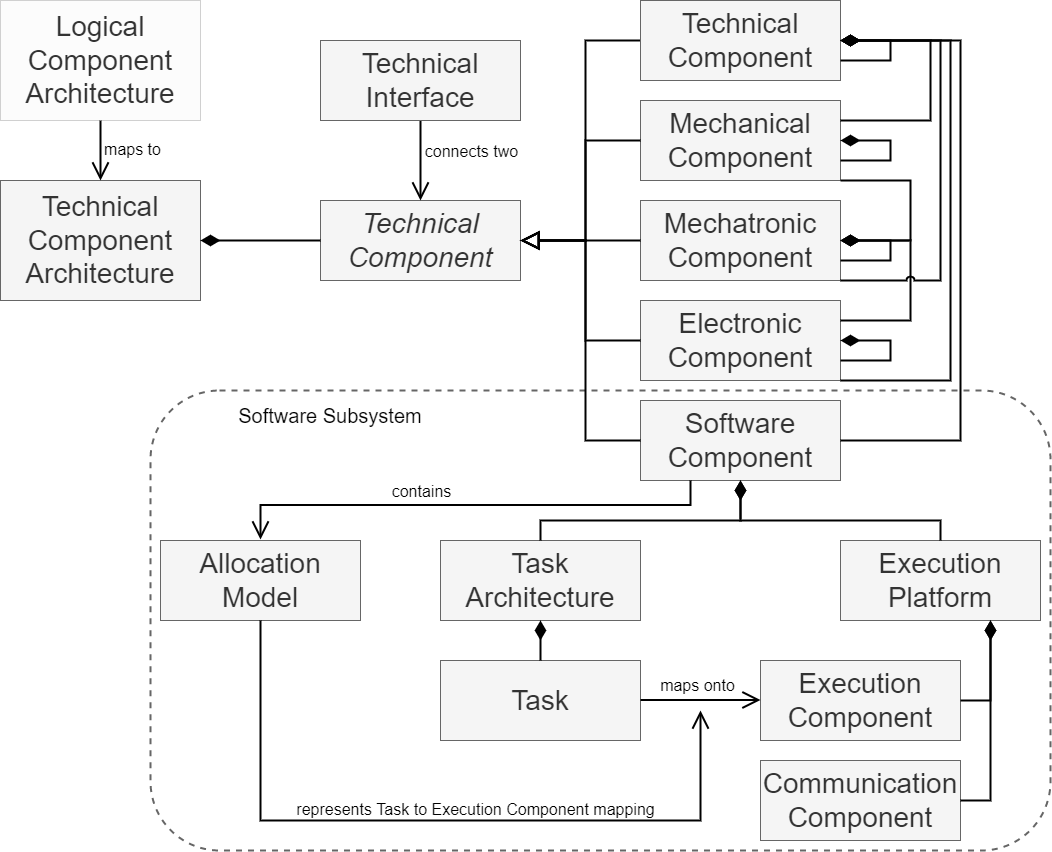
The draw.io diagram 2_Concepts/3_ModelingFramework/images/technical_viewpoint/TVP_Element_Overview.png in spesml/spesml.github.io, before a commit. Source tidied: cells renumbered, new cells last; positions are measured from the earlier drawing's top-left corner, leaving out a move shared by most shapes.
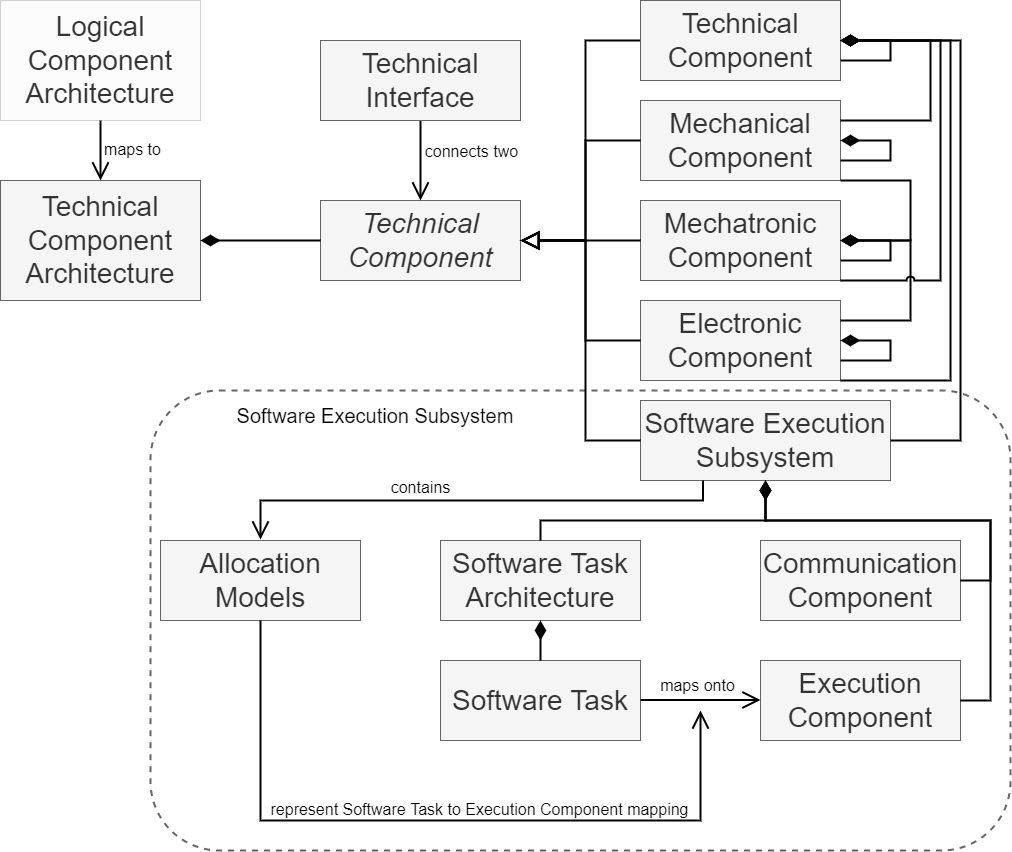
Above is the later version.

Commit message:
Integrated new naming and OS theory in TVP concept

Change to the diagram source:
```diff
@@ -3,7 +3,7 @@
     <mxCell id="0" />
     <mxCell id="1" parent="0" />
     <mxCell id="2" style="rounded=1;whiteSpace=wrap;html=1;fontSize=16;dashed=1;fillColor=none;fontColor=#333333;strokeColor=#666666;strokeWidth=2;" parent="1" vertex="1">
-      <mxGeometry x="150" y="390" width="900" height="460" as="geometry" />
+      <mxGeometry x="150" y="390" width="860" height="460" as="geometry" />
     </mxCell>
     <mxCell id="3" value="Technical Component Architecture" style="rounded=0;whiteSpace=wrap;html=1;fontSize=28;fillColor=#f5f5f5;fontColor=#333333;strokeColor=#666666;" parent="1" vertex="1">
       <mxGeometry y="180" width="200" height="120" as="geometry" />
@@ -34,8 +34,8 @@
     <mxCell id="10" value="Electronic Component" style="rounded=0;whiteSpace=wrap;html=1;fontSize=28;fillColor=#f5f5f5;fontColor=#333333;strokeColor=#666666;" parent="1" vertex="1">
       <mxGeometry x="640" y="300" width="200" height="80" as="geometry" />
     </mxCell>
-    <mxCell id="11" value="Software Component" style="rounded=0;whiteSpace=wrap;html=1;fontSize=28;fillColor=#f5f5f5;fontColor=#333333;strokeColor=#666666;" parent="1" vertex="1">
-      <mxGeometry x="640" y="400" width="200" height="80" as="geometry" />
+    <mxCell id="11" value="Software Execution Subsystem" style="rounded=0;whiteSpace=wrap;html=1;fontSize=28;fillColor=#f5f5f5;fontColor=#333333;strokeColor=#666666;" parent="1" vertex="1">
+      <mxGeometry x="640" y="400" width="250" height="80" as="geometry" />
     </mxCell>
     <mxCell id="12" style="edgeStyle=orthogonalEdgeStyle;rounded=0;jettySize=auto;html=1;entryX=0.5;entryY=0;entryDx=0;entryDy=0;fontSize=28;endArrow=open;endFill=0;startSize=6;endSize=14;sourcePerimeterSpacing=0;targetPerimeterSpacing=0;strokeWidth=2;" parent="1" edge="1" source="13" target="3">
       <mxGeometry relative="1" as="geometry" />
@@ -135,49 +135,41 @@
         </Array>
       </mxGeometry>
     </mxCell>
-    <mxCell id="29" value="Task Architecture" style="rounded=0;whiteSpace=wrap;html=1;fontSize=28;fillColor=#f5f5f5;fontColor=#333333;strokeColor=#666666;" parent="1" vertex="1">
+    <mxCell id="29" value="Software Task Architecture" style="rounded=0;whiteSpace=wrap;html=1;fontSize=28;fillColor=#f5f5f5;fontColor=#333333;strokeColor=#666666;" parent="1" vertex="1">
       <mxGeometry x="440" y="540" width="200" height="80" as="geometry" />
     </mxCell>
-    <mxCell id="30" value="Execution Platform" style="rounded=0;whiteSpace=wrap;html=1;fontSize=28;fillColor=#f5f5f5;fontColor=#333333;strokeColor=#666666;" parent="1" vertex="1">
-      <mxGeometry x="840" y="540" width="200" height="80" as="geometry" />
-    </mxCell>
-    <mxCell id="31" style="edgeStyle=orthogonalEdgeStyle;rounded=0;jettySize=auto;html=1;entryX=0.5;entryY=1;entryDx=0;entryDy=0;fontSize=28;endArrow=diamondThin;endFill=1;startSize=6;endSize=14;sourcePerimeterSpacing=0;targetPerimeterSpacing=0;strokeWidth=2;exitX=0.5;exitY=0;exitDx=0;exitDy=0;" parent="1" edge="1" source="30" target="11">
-      <mxGeometry relative="1" as="geometry">
-        <Array as="points">
-          <mxPoint x="940" y="520" />
-          <mxPoint x="740" y="520" />
-        </Array>
-      </mxGeometry>
-    </mxCell>
     <mxCell id="32" style="edgeStyle=orthogonalEdgeStyle;rounded=0;jettySize=auto;html=1;entryX=0.5;entryY=1;entryDx=0;entryDy=0;fontSize=28;endArrow=diamondThin;endFill=1;startSize=6;endSize=14;sourcePerimeterSpacing=0;targetPerimeterSpacing=0;strokeWidth=2;exitX=0.5;exitY=0;exitDx=0;exitDy=0;" parent="1" edge="1" source="29" target="11">
       <mxGeometry relative="1" as="geometry">
         <Array as="points">
           <mxPoint x="540" y="520" />
-          <mxPoint x="740" y="520" />
+          <mxPoint x="765" y="520" />
         </Array>
       </mxGeometry>
     </mxCell>
-    <mxCell id="33" value="Task" style="rounded=0;whiteSpace=wrap;html=1;fontSize=28;fillColor=#f5f5f5;fontColor=#333333;strokeColor=#666666;" parent="1" vertex="1">
+    <mxCell id="33" value="Software Task" style="rounded=0;whiteSpace=wrap;html=1;fontSize=28;fillColor=#f5f5f5;fontColor=#333333;strokeColor=#666666;" parent="1" vertex="1">
       <mxGeometry x="440" y="660" width="200" height="80" as="geometry" />
     </mxCell>
-    <mxCell id="34" value="Execution Component" style="rounded=0;whiteSpace=wrap;html=1;fontSize=28;fillColor=#f5f5f5;fontColor=#333333;strokeColor=#666666;" parent="1" vertex="1">
-      <mxGeometry x="760" y="660" width="200" height="80" as="geometry" />
+    <mxCell id="34" value="Communication Component" style="rounded=0;whiteSpace=wrap;html=1;fontSize=28;fillColor=#f5f5f5;fontColor=#333333;strokeColor=#666666;" parent="1" vertex="1">
+      <mxGeometry x="760" y="540" width="200" height="80" as="geometry" />
     </mxCell>
-    <mxCell id="35" value="Communication Component" style="rounded=0;whiteSpace=wrap;html=1;fontSize=28;fillColor=#f5f5f5;fontColor=#333333;strokeColor=#666666;" parent="1" vertex="1">
-      <mxGeometry x="760" y="760" width="200" height="80" as="geometry" />
+    <mxCell id="35" value="Execution Component" style="rounded=0;whiteSpace=wrap;html=1;fontSize=28;fillColor=#f5f5f5;fontColor=#333333;strokeColor=#666666;" parent="1" vertex="1">
+      <mxGeometry x="760" y="660" width="200" height="80" as="geometry" />
     </mxCell>
-    <mxCell id="36" style="edgeStyle=orthogonalEdgeStyle;rounded=0;jettySize=auto;html=1;entryX=0.75;entryY=1;entryDx=0;entryDy=0;fontSize=28;endArrow=diamondThin;endFill=1;startSize=6;endSize=14;sourcePerimeterSpacing=0;targetPerimeterSpacing=0;strokeWidth=2;exitX=1;exitY=0.5;exitDx=0;exitDy=0;" parent="1" edge="1" source="34" target="30">
+    <mxCell id="36" style="edgeStyle=orthogonalEdgeStyle;rounded=0;jettySize=auto;html=1;fontSize=28;endArrow=diamondThin;endFill=1;startSize=6;endSize=14;sourcePerimeterSpacing=0;targetPerimeterSpacing=0;strokeWidth=2;exitX=1;exitY=0.5;exitDx=0;exitDy=0;entryX=0.5;entryY=1;entryDx=0;entryDy=0;" parent="1" edge="1" source="34" target="11">
       <mxGeometry relative="1" as="geometry">
         <Array as="points">
-          <mxPoint x="990" y="700" />
+          <mxPoint x="990" y="580" />
+          <mxPoint x="990" y="520" />
+          <mxPoint x="765" y="520" />
         </Array>
       </mxGeometry>
     </mxCell>
-    <mxCell id="37" style="edgeStyle=orthogonalEdgeStyle;rounded=0;jettySize=auto;html=1;entryX=0.75;entryY=1;entryDx=0;entryDy=0;fontSize=28;endArrow=diamondThin;endFill=1;startSize=6;endSize=14;sourcePerimeterSpacing=0;targetPerimeterSpacing=0;strokeWidth=2;exitX=1;exitY=0.5;exitDx=0;exitDy=0;" parent="1" edge="1" source="35">
+    <mxCell id="37" style="edgeStyle=orthogonalEdgeStyle;rounded=0;jettySize=auto;html=1;entryX=0.5;entryY=1;entryDx=0;entryDy=0;fontSize=28;endArrow=diamondThin;endFill=1;startSize=6;endSize=14;sourcePerimeterSpacing=0;targetPerimeterSpacing=0;strokeWidth=2;exitX=1;exitY=0.5;exitDx=0;exitDy=0;" parent="1" edge="1" source="35" target="11">
       <mxGeometry relative="1" as="geometry">
-        <mxPoint x="990" y="620" as="targetPoint" />
         <Array as="points">
-          <mxPoint x="990" y="800" />
+          <mxPoint x="990" y="700" />
+          <mxPoint x="990" y="520" />
+          <mxPoint x="765" y="520" />
         </Array>
       </mxGeometry>
     </mxCell>
@@ -195,12 +187,16 @@
         <mxPoint x="760" y="699.5" as="targetPoint" />
       </mxGeometry>
     </mxCell>
-    <mxCell id="40" value="Allocation Model" style="rounded=0;whiteSpace=wrap;html=1;fontSize=28;fillColor=#f5f5f5;fontColor=#333333;strokeColor=#666666;" parent="1" vertex="1">
+    <mxCell id="40" value="Allocation Models" style="rounded=0;whiteSpace=wrap;html=1;fontSize=28;fillColor=#f5f5f5;fontColor=#333333;strokeColor=#666666;" parent="1" vertex="1">
       <mxGeometry x="160" y="540" width="200" height="80" as="geometry" />
     </mxCell>
     <mxCell id="41" style="edgeStyle=orthogonalEdgeStyle;rounded=0;jettySize=auto;html=1;entryX=0;entryY=0.5;entryDx=0;entryDy=0;fontSize=28;endArrow=open;endFill=0;startSize=6;endSize=14;sourcePerimeterSpacing=0;targetPerimeterSpacing=0;strokeWidth=2;exitX=0.25;exitY=1;exitDx=0;exitDy=0;" parent="1" edge="1" source="11">
       <mxGeometry relative="1" as="geometry">
         <mxPoint x="260" y="539" as="targetPoint" />
+        <Array as="points">
+          <mxPoint x="703" y="500" />
+          <mxPoint x="260" y="500" />
+        </Array>
       </mxGeometry>
     </mxCell>
     <mxCell id="42" value="contains" style="edgeLabel;html=1;align=center;verticalAlign=middle;fontSize=16;" parent="41" vertex="1">
@@ -217,8 +213,8 @@
         </Array>
       </mxGeometry>
     </mxCell>
-    <mxCell id="44" value="represents Task to Execution Component mapping" style="edgeLabel;html=1;align=center;verticalAlign=middle;fontSize=16;" parent="1" vertex="1">
-      <mxGeometry x="466" y="810" as="geometry">
+    <mxCell id="44" value="represent Software Task to Execution Component mapping" style="edgeLabel;html=1;align=center;verticalAlign=middle;fontSize=16;" parent="1" vertex="1">
+      <mxGeometry x="470" y="810" as="geometry">
         <mxPoint x="8" y="-2" as="offset" />
       </mxGeometry>
     </mxCell>
@@ -244,8 +240,8 @@
         </Array>
       </mxGeometry>
     </mxCell>
-    <mxCell id="49" value="Software Subsystem" style="text;html=1;strokeColor=none;fillColor=none;align=center;verticalAlign=middle;whiteSpace=wrap;rounded=0;dashed=1;fontSize=20;" parent="1" vertex="1">
-      <mxGeometry x="220" y="400" width="220" height="30" as="geometry" />
+    <mxCell id="49" value="Software Execution Subsystem" style="text;html=1;strokeColor=none;fillColor=none;align=center;verticalAlign=middle;whiteSpace=wrap;rounded=0;dashed=1;fontSize=20;" parent="1" vertex="1">
+      <mxGeometry x="220" y="400" width="310" height="30" as="geometry" />
     </mxCell>
   </root>
 </mxGraphModel>
```
